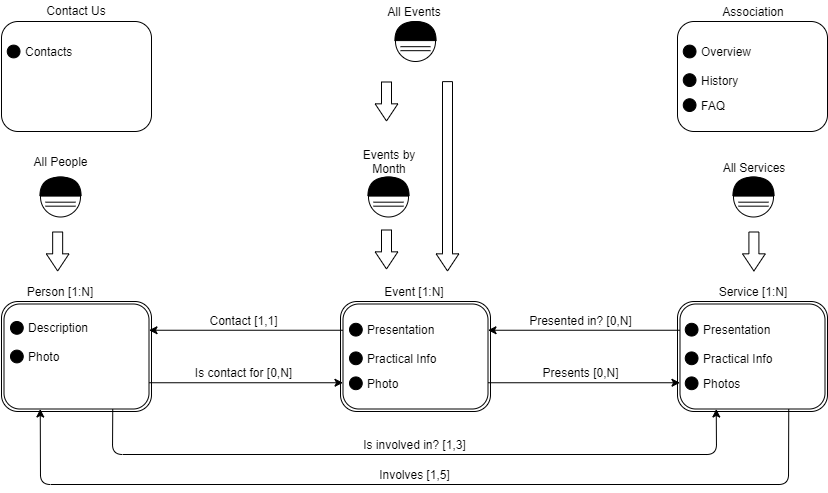
alepas/hypermidia-project keeps this draw.io diagram as Design-Document/assets/L-IDM.png. Above is the earlier version. Source tidied: cells renumbered, new cells last; positions are measured from the earlier drawing's top-left corner, leaving out a move shared by most shapes.
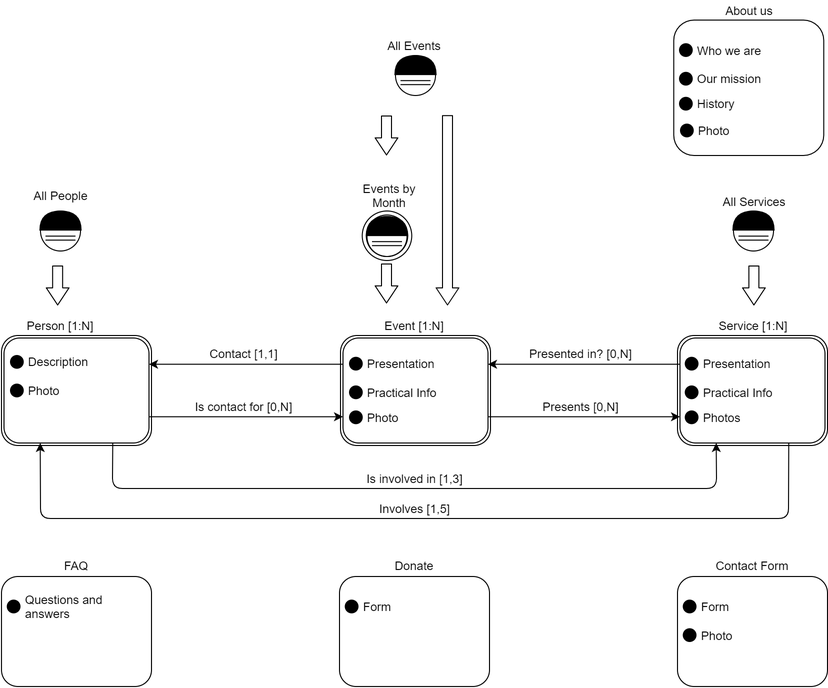
After the commit.

Commit message:
P-IDM diagram and source .io files

The edit, as a diff of the source:
```diff
@@ -2,14 +2,11 @@
   <root>
     <mxCell id="0" />
     <mxCell id="1" parent="0" />
-    <mxCell id="2" value="Contact Us" style="text;html=1;strokeColor=none;fillColor=none;align=center;verticalAlign=middle;whiteSpace=wrap;rounded=0;" parent="1" vertex="1">
-      <mxGeometry x="16" width="120" height="20" as="geometry" />
-    </mxCell>
     <mxCell id="3" style="rounded=1;whiteSpace=wrap;html=1;" parent="1" vertex="1">
-      <mxGeometry x="677" y="21" width="150" height="110" as="geometry" />
+      <mxGeometry x="673.2" y="-14.4" width="150" height="135.4" as="geometry" />
     </mxCell>
-    <mxCell id="4" value="Association" style="text;html=1;strokeColor=none;fillColor=none;align=center;verticalAlign=middle;whiteSpace=wrap;rounded=0;" parent="1" vertex="1">
-      <mxGeometry x="693" y="1" width="120" height="20" as="geometry" />
+    <mxCell id="4" value="About us" style="text;html=1;strokeColor=none;fillColor=none;align=center;verticalAlign=middle;whiteSpace=wrap;rounded=0;" parent="1" vertex="1">
+      <mxGeometry x="689.2" y="-34.4" width="120" height="20" as="geometry" />
     </mxCell>
     <mxCell id="5" value="All Services" style="text;html=1;strokeColor=none;fillColor=none;align=center;verticalAlign=middle;whiteSpace=wrap;rounded=0;" parent="1" vertex="1">
       <mxGeometry x="719" y="156.5" width="70" height="20" as="geometry" />
@@ -106,8 +103,8 @@
         </Array>
       </mxGeometry>
     </mxCell>
-    <mxCell id="31" value="Is involved in? [1,3]" style="text;html=1;align=center;verticalAlign=middle;" parent="1" vertex="1">
-      <mxGeometry x="354" y="433.5" width="120" height="20" as="geometry" />
+    <mxCell id="31" value="Is involved in [1,3]" style="text;html=1;align=center;verticalAlign=middle;" parent="1" vertex="1">
+      <mxGeometry x="359" y="433.5" width="110" height="20" as="geometry" />
     </mxCell>
     <mxCell id="32" style="endArrow=classic;html=1;exitX=0.75;exitY=1;exitDx=0;exitDy=0;entryX=0.25;entryY=1;entryDx=0;entryDy=0;" parent="1" edge="1" source="23" target="17">
       <mxGeometry relative="1" as="geometry">
@@ -205,42 +202,33 @@
       <mxGeometry x="349" y="351.4" width="12.8" height="12.8" as="geometry" />
     </mxCell>
     <mxCell id="59" style="ellipse;whiteSpace=wrap;html=1;fillColor=#000000;" parent="1" vertex="1">
-      <mxGeometry x="682.8" y="44.6" width="12.8" height="12.8" as="geometry" />
+      <mxGeometry x="679" y="9.2" width="12.8" height="12.8" as="geometry" />
     </mxCell>
-    <mxCell id="60" value="Overview" style="text;html=1;strokeColor=none;fillColor=none;align=left;verticalAlign=middle;whiteSpace=wrap;rounded=0;" parent="1" vertex="1">
-      <mxGeometry x="699" y="41" width="122.2" height="20" as="geometry" />
+    <mxCell id="60" value="Who we are" style="text;html=1;strokeColor=none;fillColor=none;align=left;verticalAlign=middle;whiteSpace=wrap;rounded=0;" parent="1" vertex="1">
+      <mxGeometry x="695.2" y="5.6" width="122.2" height="20" as="geometry" />
     </mxCell>
-    <mxCell id="61" value="History" style="text;html=1;strokeColor=none;fillColor=none;align=left;verticalAlign=middle;whiteSpace=wrap;rounded=0;" parent="1" vertex="1">
-      <mxGeometry x="699" y="69.6" width="122.2" height="20" as="geometry" />
+    <mxCell id="61" value="Our mission" style="text;html=1;strokeColor=none;fillColor=none;align=left;verticalAlign=middle;whiteSpace=wrap;rounded=0;" parent="1" vertex="1">
+      <mxGeometry x="695.2" y="34.2" width="122.2" height="20" as="geometry" />
     </mxCell>
     <mxCell id="62" style="ellipse;whiteSpace=wrap;html=1;fillColor=#000000;" parent="1" vertex="1">
-      <mxGeometry x="682.8" y="98.2" width="12.8" height="12.8" as="geometry" />
+      <mxGeometry x="679" y="62.8" width="12.8" height="12.8" as="geometry" />
     </mxCell>
-    <mxCell id="63" value="FAQ" style="text;html=1;strokeColor=none;fillColor=none;align=left;verticalAlign=middle;whiteSpace=wrap;rounded=0;" parent="1" vertex="1">
-      <mxGeometry x="699" y="94.6" width="122.2" height="20" as="geometry" />
+    <mxCell id="63" value="History" style="text;html=1;strokeColor=none;fillColor=none;align=left;verticalAlign=middle;whiteSpace=wrap;rounded=0;" parent="1" vertex="1">
+      <mxGeometry x="695.2" y="59.2" width="122.2" height="20" as="geometry" />
     </mxCell>
     <mxCell id="64" style="ellipse;whiteSpace=wrap;html=1;fillColor=#000000;" parent="1" vertex="1">
-      <mxGeometry x="682.8" y="73.2" width="12.8" height="12.8" as="geometry" />
+      <mxGeometry x="679" y="37.8" width="12.8" height="12.8" as="geometry" />
     </mxCell>
-    <mxCell id="65" style="rounded=1;whiteSpace=wrap;html=1;" parent="1" vertex="1">
-      <mxGeometry x="1" y="21" width="150" height="110" as="geometry" />
-    </mxCell>
-    <mxCell id="66" style="ellipse;whiteSpace=wrap;html=1;fillColor=#000000;" parent="1" vertex="1">
-      <mxGeometry x="6.8" y="44.6" width="12.8" height="12.8" as="geometry" />
-    </mxCell>
-    <mxCell id="67" value="Contacts" style="text;html=1;strokeColor=none;fillColor=none;align=left;verticalAlign=middle;whiteSpace=wrap;rounded=0;" parent="1" vertex="1">
-      <mxGeometry x="23" y="41" width="122.2" height="20" as="geometry" />
-    </mxCell>
     <mxCell id="68" style="ellipse;whiteSpace=wrap;html=1;" parent="1" vertex="1">
-      <mxGeometry x="368" y="176.5" width="40" height="40" as="geometry" />
+      <mxGeometry x="366.5" y="182" width="40" height="40" as="geometry" />
     </mxCell>
     <mxCell id="69" style="shape=or;whiteSpace=wrap;html=1;rotation=-90;fillColor=#000000;" parent="1" vertex="1">
-      <mxGeometry x="378.5" y="165.5" width="19" height="41.2" as="geometry" />
+      <mxGeometry x="377" y="171" width="19" height="41.2" as="geometry" />
     </mxCell>
     <mxCell id="70" style="shape=link;html=1;" parent="1" edge="1">
       <mxGeometry relative="1" as="geometry">
-        <mxPoint x="373" y="203.7" as="sourcePoint" />
-        <mxPoint x="403" y="203.7" as="targetPoint" />
+        <mxPoint x="371.5" y="209.2" as="sourcePoint" />
+        <mxPoint x="401.5" y="209.2" as="targetPoint" />
       </mxGeometry>
     </mxCell>
     <mxCell id="71" style="shape=flexArrow;endArrow=classic;html=1;endWidth=11.764705882352942;endSize=5.3882352941176475;" parent="1" edge="1">
@@ -249,5 +237,59 @@
         <mxPoint x="447" y="271" as="targetPoint" />
       </mxGeometry>
     </mxCell>
+    <mxCell id="72" style="ellipse;shape=doubleEllipse;whiteSpace=wrap;html=1;fillColor=none;" parent="1" vertex="1">
+      <mxGeometry x="361.8" y="176.5" width="49.5" height="49.5" as="geometry" />
+    </mxCell>
+    <mxCell id="73" value="FAQ" style="text;html=1;strokeColor=none;fillColor=none;align=center;verticalAlign=middle;whiteSpace=wrap;rounded=0;" parent="1" vertex="1">
+      <mxGeometry x="16" y="521" width="120" height="20" as="geometry" />
+    </mxCell>
+    <mxCell id="74" style="rounded=1;whiteSpace=wrap;html=1;" parent="1" vertex="1">
+      <mxGeometry x="1" y="542" width="150" height="110" as="geometry" />
+    </mxCell>
+    <mxCell id="75" style="ellipse;whiteSpace=wrap;html=1;fillColor=#000000;" parent="1" vertex="1">
+      <mxGeometry x="6.7" y="565.6" width="12.8" height="12.8" as="geometry" />
+    </mxCell>
+    <mxCell id="76" value="Questions and answers" style="text;html=1;strokeColor=none;fillColor=none;align=left;verticalAlign=middle;whiteSpace=wrap;rounded=0;" parent="1" vertex="1">
+      <mxGeometry x="23" y="562" width="122.2" height="20" as="geometry" />
+    </mxCell>
+    <mxCell id="77" style="ellipse;whiteSpace=wrap;html=1;fillColor=#000000;" parent="1" vertex="1">
+      <mxGeometry x="680" y="89.6" width="12.8" height="12.8" as="geometry" />
+    </mxCell>
+    <mxCell id="78" value="Photo" style="text;html=1;strokeColor=none;fillColor=none;align=left;verticalAlign=middle;whiteSpace=wrap;rounded=0;" parent="1" vertex="1">
+      <mxGeometry x="696.2" y="86" width="122.2" height="20" as="geometry" />
+    </mxCell>
+    <mxCell id="79" value="Donate" style="text;html=1;strokeColor=none;fillColor=none;align=center;verticalAlign=middle;whiteSpace=wrap;rounded=0;" parent="1" vertex="1">
+      <mxGeometry x="354" y="521" width="120" height="20" as="geometry" />
+    </mxCell>
+    <mxCell id="80" style="rounded=1;whiteSpace=wrap;html=1;" parent="1" vertex="1">
+      <mxGeometry x="339" y="542" width="150" height="110" as="geometry" />
+    </mxCell>
+    <mxCell id="81" style="ellipse;whiteSpace=wrap;html=1;fillColor=#000000;" parent="1" vertex="1">
+      <mxGeometry x="344.8" y="565.6" width="12.8" height="12.8" as="geometry" />
+    </mxCell>
+    <mxCell id="82" value="Form" style="text;html=1;strokeColor=none;fillColor=none;align=left;verticalAlign=middle;whiteSpace=wrap;rounded=0;" parent="1" vertex="1">
+      <mxGeometry x="361" y="562" width="122.2" height="20" as="geometry" />
+    </mxCell>
+    <mxCell id="83" style="group;" parent="1" vertex="1">
+      <mxGeometry x="677" y="521" width="150" height="131" as="geometry" />
+    </mxCell>
+    <mxCell id="2" value="Contact Form" style="text;html=1;strokeColor=none;fillColor=none;align=center;verticalAlign=middle;whiteSpace=wrap;rounded=0;" parent="83" vertex="1">
+      <mxGeometry x="15" width="120" height="20" as="geometry" />
+    </mxCell>
+    <mxCell id="65" style="rounded=1;whiteSpace=wrap;html=1;" parent="83" vertex="1">
+      <mxGeometry y="21" width="150" height="110" as="geometry" />
+    </mxCell>
+    <mxCell id="66" style="ellipse;whiteSpace=wrap;html=1;fillColor=#000000;" parent="83" vertex="1">
+      <mxGeometry x="5.8" y="44.6" width="12.8" height="12.8" as="geometry" />
+    </mxCell>
+    <mxCell id="67" value="Form" style="text;html=1;strokeColor=none;fillColor=none;align=left;verticalAlign=middle;whiteSpace=wrap;rounded=0;" parent="83" vertex="1">
+      <mxGeometry x="22" y="41" width="122.2" height="20" as="geometry" />
+    </mxCell>
+    <mxCell id="84" style="ellipse;whiteSpace=wrap;html=1;fillColor=#000000;" parent="83" vertex="1">
+      <mxGeometry x="5.8" y="73.2" width="12.8" height="12.8" as="geometry" />
+    </mxCell>
+    <mxCell id="85" value="Photo" style="text;html=1;strokeColor=none;fillColor=none;align=left;verticalAlign=middle;whiteSpace=wrap;rounded=0;" parent="83" vertex="1">
+      <mxGeometry x="22" y="69.6" width="122.2" height="20" as="geometry" />
+    </mxCell>
   </root>
 </mxGraphModel>
```
